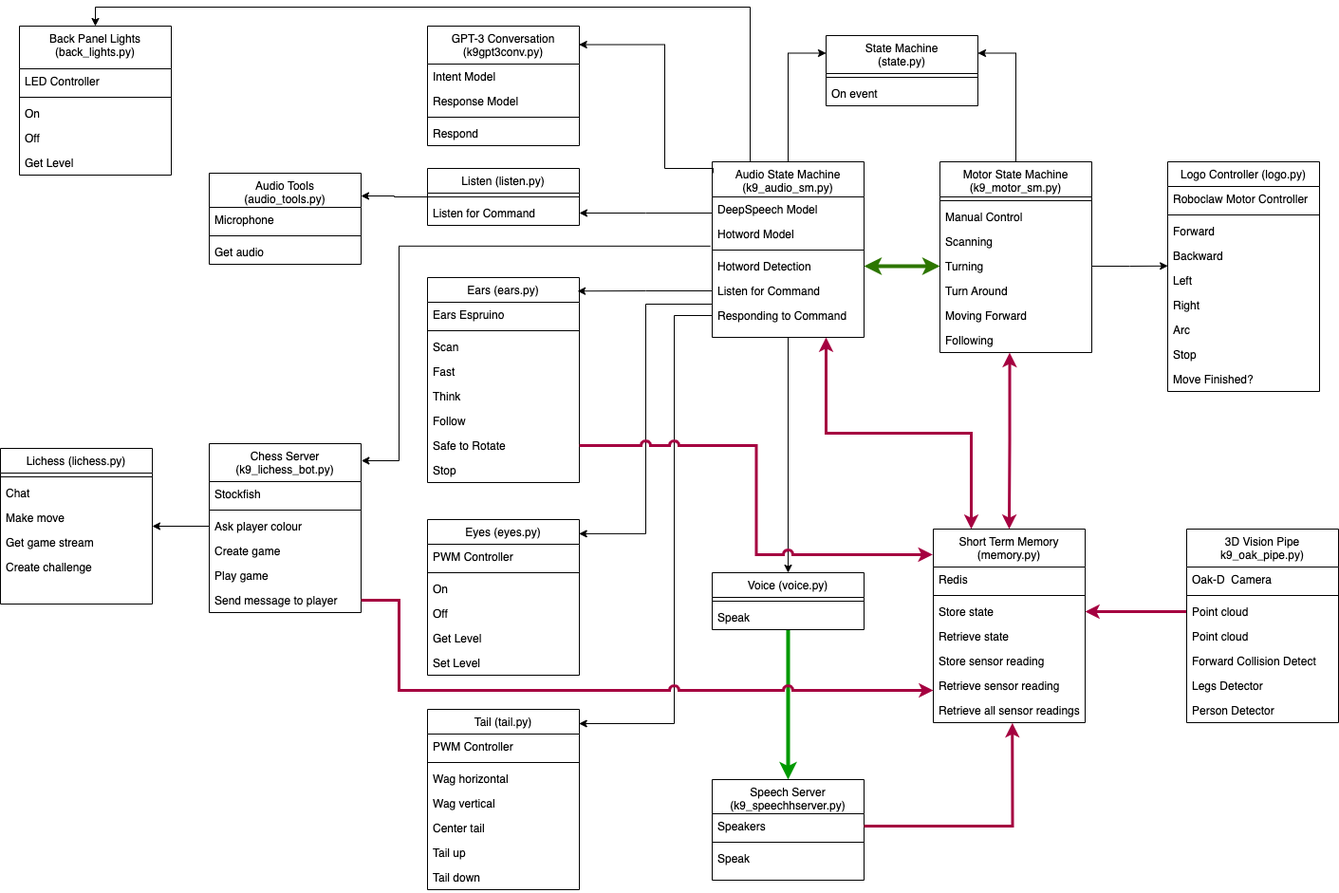
This is K9 class diagram.drawio.png from hopkira/k9, a draw.io export, as it was before one commit. Source tidied: cells renumbered, new cells last; positions are measured from the earlier drawing's top-left corner, leaving out a move shared by most shapes.
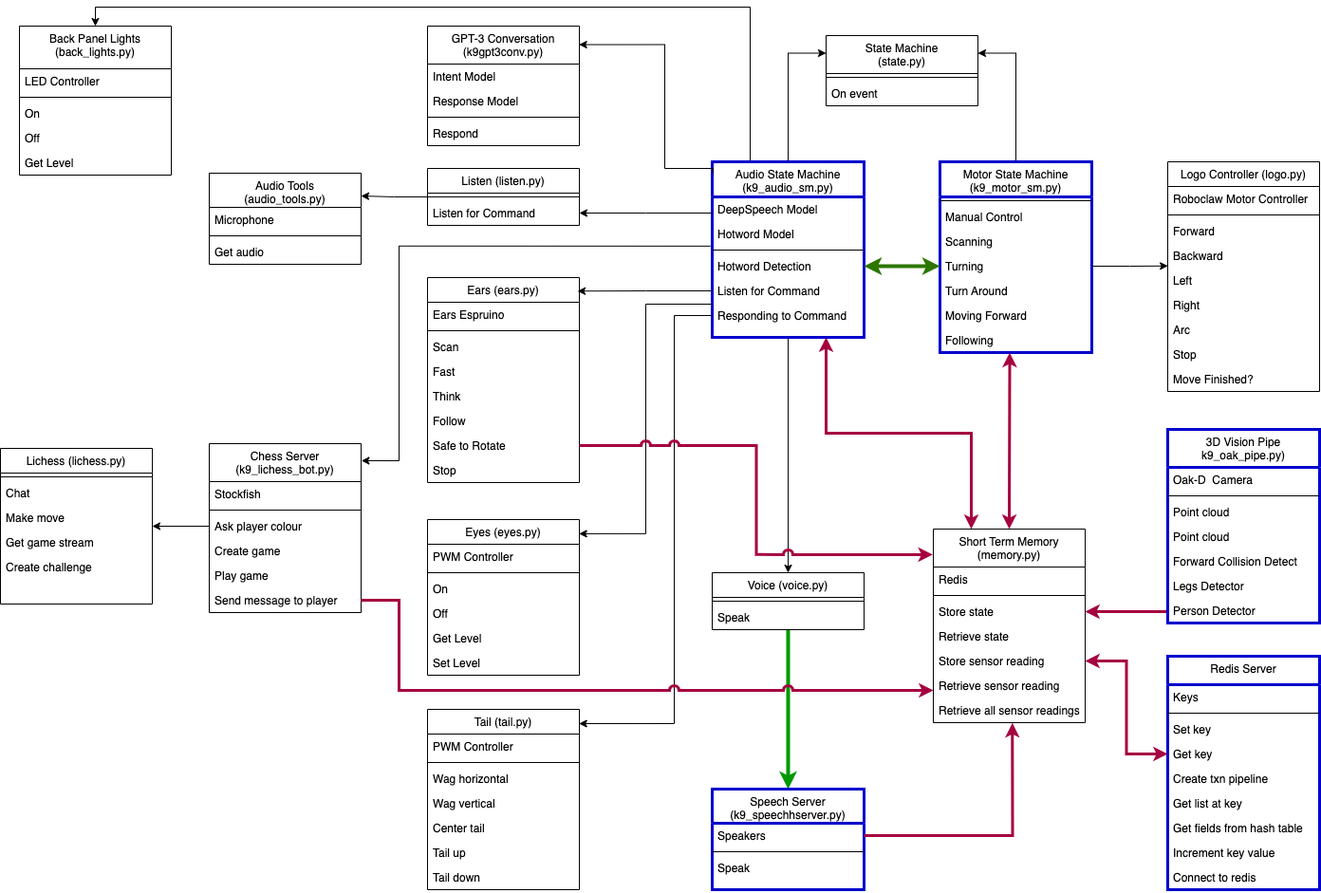
After the change.

Diff of the diagram source:
```diff
@@ -19,7 +19,7 @@
     <mxCell id="5" style="edgeStyle=orthogonalEdgeStyle;rounded=0;jettySize=auto;html=1;exitX=0.75;exitY=1;exitDx=0;exitDy=0;entryX=0.25;entryY=0;entryDx=0;entryDy=0;fillColor=#d80073;strokeColor=#A50040;strokeWidth=3;startArrow=classic;startFill=1;" parent="1" edge="1" source="6" target="72">
       <mxGeometry relative="1" as="geometry" />
     </mxCell>
-    <mxCell id="6" value="Audio State Machine&#10;(k9_audio_sm.py)" style="swimlane;fontStyle=0;align=center;verticalAlign=top;horizontal=1;startSize=37;rounded=0;shadow=0;strokeWidth=1;" parent="1" vertex="1">
+    <mxCell id="6" value="Audio State Machine&#10;(k9_audio_sm.py)" style="swimlane;fontStyle=0;align=center;verticalAlign=top;horizontal=1;startSize=37;rounded=0;shadow=0;strokeWidth=3;strokeColor=#0000CC;" parent="1" vertex="1">
       <mxGeometry x="750" y="163" width="160" height="185" as="geometry" />
     </mxCell>
     <mxCell id="7" value="DeepSpeech Model" style="text;align=left;verticalAlign=top;spacingLeft=4;spacingRight=4;overflow=hidden;rounded=0;shadow=0;html=0;" parent="6" vertex="1">
@@ -43,7 +43,7 @@
     <mxCell id="13" style="edgeStyle=orthogonalEdgeStyle;rounded=0;jettySize=auto;html=1;entryX=1;entryY=0.25;entryDx=0;entryDy=0;" parent="1" edge="1" source="14" target="89">
       <mxGeometry relative="1" as="geometry" />
     </mxCell>
-    <mxCell id="14" value="Motor State Machine&#10;(k9_motor_sm.py)" style="swimlane;fontStyle=0;align=center;verticalAlign=top;horizontal=1;startSize=37;rounded=0;shadow=0;strokeWidth=1;" parent="1" vertex="1">
+    <mxCell id="14" value="Motor State Machine&#10;(k9_motor_sm.py)" style="swimlane;fontStyle=0;align=center;verticalAlign=top;horizontal=1;startSize=37;rounded=0;shadow=0;strokeWidth=3;strokeColor=#0000CC;" parent="1" vertex="1">
       <mxGeometry x="990" y="163" width="160" height="201" as="geometry" />
     </mxCell>
     <mxCell id="15" style="line;html=1;strokeWidth=1;align=left;verticalAlign=middle;spacingTop=-1;spacingLeft=3;spacingRight=3;labelPosition=right;" parent="14" vertex="1">
@@ -184,8 +184,8 @@
     <mxCell id="60" value="Respond" style="text;align=left;verticalAlign=top;spacingLeft=4;spacingRight=4;overflow=hidden;" parent="56" vertex="1">
       <mxGeometry y="100" width="160" height="26" as="geometry" />
     </mxCell>
-    <mxCell id="61" value="Speech Server&#10;(k9_speechhserver.py)" style="swimlane;fontStyle=0;align=center;verticalAlign=top;horizontal=1;startSize=36;rounded=0;shadow=0;strokeWidth=1;" parent="1" vertex="1">
-      <mxGeometry x="750" y="814" width="160" height="106" as="geometry" />
+    <mxCell id="61" value="Speech Server&#10;(k9_speechhserver.py)" style="swimlane;fontStyle=0;align=center;verticalAlign=top;horizontal=1;startSize=36;rounded=0;shadow=0;strokeWidth=3;strokeColor=#0000CC;" parent="1" vertex="1">
+      <mxGeometry x="750" y="824" width="160" height="106" as="geometry" />
     </mxCell>
     <mxCell id="62" value="Speakers" style="text;align=left;verticalAlign=top;spacingLeft=4;spacingRight=4;overflow=hidden;points=[[0,0.5],[1,0.5]];portConstraint=eastwest;rounded=0;shadow=0;html=0;" parent="61" vertex="1">
       <mxGeometry y="36" width="160" height="26" as="geometry" />
@@ -249,8 +249,8 @@
         </Array>
       </mxGeometry>
     </mxCell>
-    <mxCell id="81" value="3D Vision Pipe&#10;k9_oak_pipe.py)" style="swimlane;fontStyle=0;align=center;verticalAlign=top;horizontal=1;startSize=40;rounded=0;shadow=0;strokeWidth=1;" parent="1" vertex="1">
-      <mxGeometry x="1250" y="550" width="160" height="204" as="geometry" />
+    <mxCell id="81" value="3D Vision Pipe&#10;k9_oak_pipe.py)" style="swimlane;fontStyle=0;align=center;verticalAlign=top;horizontal=1;startSize=40;rounded=0;shadow=0;strokeWidth=3;strokeColor=#0000CC;" parent="1" vertex="1">
+      <mxGeometry x="1230" y="445" width="160" height="204" as="geometry" />
     </mxCell>
     <mxCell id="82" value="Oak-D  Camera" style="text;align=left;verticalAlign=top;spacingLeft=4;spacingRight=4;overflow=hidden;rounded=0;shadow=0;html=0;" parent="81" vertex="1">
       <mxGeometry y="40" width="160" height="26" as="geometry" />
@@ -424,5 +424,38 @@
     <mxCell id="128" style="edgeStyle=orthogonalEdgeStyle;rounded=0;jumpStyle=arc;jettySize=auto;html=1;entryX=0.521;entryY=1.013;entryDx=0;entryDy=0;entryPerimeter=0;fillColor=#d80073;strokeColor=#A50040;strokeWidth=3;startArrow=none;startFill=0;" parent="1" edge="1" source="62" target="79">
       <mxGeometry relative="1" as="geometry" />
     </mxCell>
+    <mxCell id="129" value="Redis Server" style="swimlane;fontStyle=0;align=center;verticalAlign=top;horizontal=1;startSize=30;rounded=0;shadow=0;strokeWidth=3;strokeColor=#0000CC;" parent="1" vertex="1">
+      <mxGeometry x="1230" y="684" width="160" height="246" as="geometry" />
+    </mxCell>
+    <mxCell id="130" value="Keys" style="text;align=left;verticalAlign=top;spacingLeft=4;spacingRight=4;overflow=hidden;" parent="129" vertex="1">
+      <mxGeometry y="30" width="160" height="26" as="geometry" />
+    </mxCell>
+    <mxCell id="131" style="line;html=1;strokeWidth=1;align=left;verticalAlign=middle;spacingTop=-1;spacingLeft=3;spacingRight=3;labelPosition=right;" parent="129" vertex="1">
+      <mxGeometry y="56" width="160" height="8" as="geometry" />
+    </mxCell>
+    <mxCell id="132" value="Set key" style="text;align=left;verticalAlign=top;spacingLeft=4;spacingRight=4;overflow=hidden;" parent="129" vertex="1">
+      <mxGeometry y="64" width="160" height="26" as="geometry" />
+    </mxCell>
+    <mxCell id="133" value="Get key" style="text;align=left;verticalAlign=top;spacingLeft=4;spacingRight=4;overflow=hidden;points=[[0,0.5],[1,0.5]];portConstraint=eastwest;" parent="129" vertex="1">
+      <mxGeometry y="90" width="160" height="26" as="geometry" />
+    </mxCell>
+    <mxCell id="134" value="Create txn pipeline" style="text;align=left;verticalAlign=top;spacingLeft=4;spacingRight=4;overflow=hidden;" parent="129" vertex="1">
+      <mxGeometry y="116" width="160" height="26" as="geometry" />
+    </mxCell>
+    <mxCell id="135" value="Get list at key" style="text;align=left;verticalAlign=top;spacingLeft=4;spacingRight=4;overflow=hidden;" parent="129" vertex="1">
+      <mxGeometry y="142" width="160" height="26" as="geometry" />
+    </mxCell>
+    <mxCell id="136" value="Get fields from hash table" style="text;align=left;verticalAlign=top;spacingLeft=4;spacingRight=4;overflow=hidden;" parent="129" vertex="1">
+      <mxGeometry y="168" width="160" height="26" as="geometry" />
+    </mxCell>
+    <mxCell id="137" value="Increment key value" style="text;align=left;verticalAlign=top;spacingLeft=4;spacingRight=4;overflow=hidden;" parent="129" vertex="1">
+      <mxGeometry y="194" width="160" height="26" as="geometry" />
+    </mxCell>
+    <mxCell id="138" value="Connect to redis" style="text;align=left;verticalAlign=top;spacingLeft=4;spacingRight=4;overflow=hidden;" parent="129" vertex="1">
+      <mxGeometry y="220" width="160" height="26" as="geometry" />
+    </mxCell>
+    <mxCell id="139" style="edgeStyle=orthogonalEdgeStyle;rounded=0;jettySize=auto;html=1;entryX=0;entryY=0.5;entryDx=0;entryDy=0;strokeWidth=3;strokeColor=#A50040;startArrow=classic;startFill=1;" parent="1" edge="1" source="77" target="133">
+      <mxGeometry relative="1" as="geometry" />
+    </mxCell>
   </root>
 </mxGraphModel>
```
